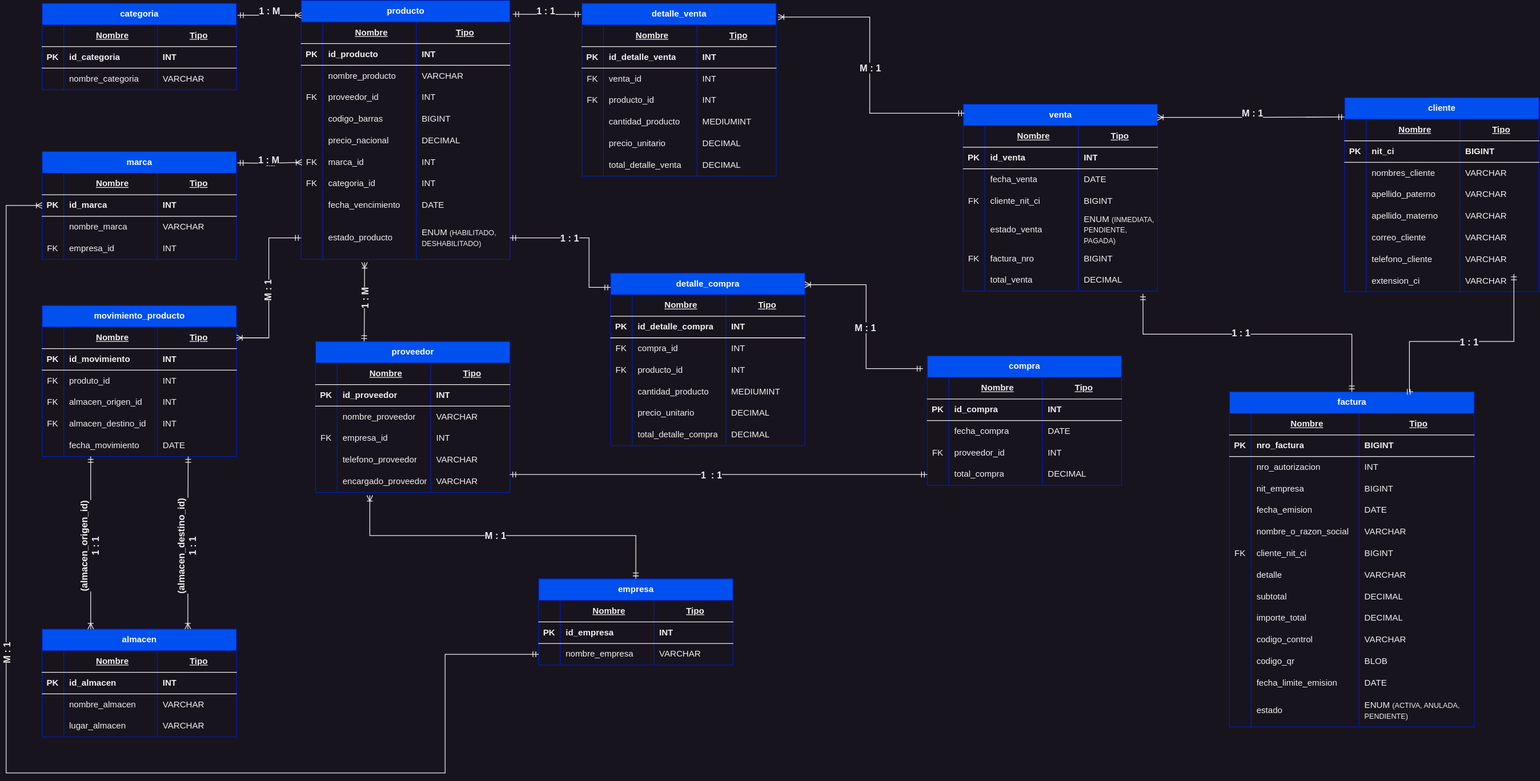
Dylan-Chambi/emapa-sql-replication-docker keeps this draw.io diagram as doc/database_scheme_uml.svg. Above is the earlier version. Source tidied: cells renumbered, new cells last; positions are measured from the earlier drawing's top-left corner, leaving out a move shared by most shapes.
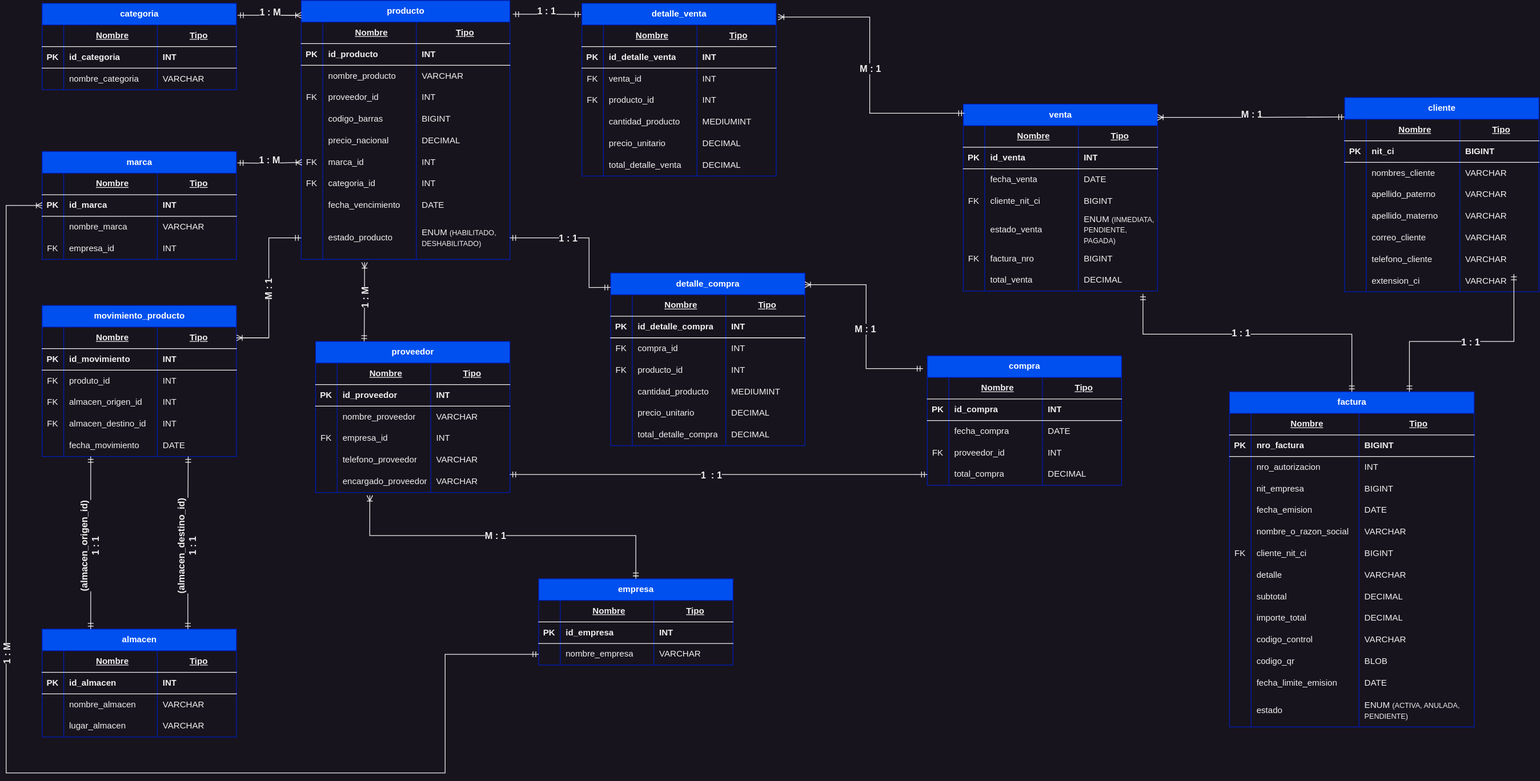
The same diagram one commit later.

Commit message:
Updating UML diagram

What changed in the source:
```diff
@@ -1167,7 +1167,7 @@
         <mxPoint x="-1" y="-21" as="offset" />
       </mxGeometry>
     </mxCell>
-    <mxCell id="375" style="edgeStyle=orthogonalEdgeStyle;fontSize=12;html=1;endArrow=ERmandOne;startArrow=ERoneToMany;rounded=0;exitX=0.75;exitY=0;exitDx=0;exitDy=0;startFill=0;" parent="1" edge="1" source="342">
+    <mxCell id="375" style="edgeStyle=orthogonalEdgeStyle;fontSize=12;html=1;endArrow=ERmandOne;startArrow=ERmandOne;rounded=0;exitX=0.75;exitY=0;exitDx=0;exitDy=0;startFill=0;" parent="1" edge="1" source="342">
       <mxGeometry relative="1" as="geometry">
         <mxPoint x="253" y="634" as="targetPoint" />
         <Array as="points">
@@ -1181,7 +1181,7 @@
         <mxPoint x="-1" y="-21" as="offset" />
       </mxGeometry>
     </mxCell>
-    <mxCell id="377" style="edgeStyle=orthogonalEdgeStyle;fontSize=12;html=1;endArrow=ERmandOne;startArrow=ERoneToMany;rounded=0;exitX=0.25;exitY=0;exitDx=0;exitDy=0;startFill=0;" parent="1" edge="1" source="342">
+    <mxCell id="377" style="edgeStyle=orthogonalEdgeStyle;fontSize=12;html=1;endArrow=ERmandOne;startArrow=ERmandOne;rounded=0;exitX=0.25;exitY=0;exitDx=0;exitDy=0;startFill=0;" parent="1" edge="1" source="342">
       <mxGeometry relative="1" as="geometry">
         <mxPoint x="118" y="634" as="targetPoint" />
         <Array as="points">
@@ -1206,13 +1206,14 @@
         </Array>
       </mxGeometry>
     </mxCell>
-    <mxCell id="380" value="&lt;b&gt;&lt;font style=&quot;font-size: 13px;&quot;&gt;M : 1&lt;/font&gt;&lt;/b&gt;" style="edgeLabel;html=1;align=center;verticalAlign=middle;rotation=270;" parent="379" vertex="1">
+    <mxCell id="380" value="&lt;span style=&quot;font-size: 13px;&quot;&gt;&lt;b&gt;1 : M&lt;br&gt;&lt;/b&gt;&lt;/span&gt;" style="edgeLabel;html=1;align=center;verticalAlign=middle;rotation=270;" parent="379" vertex="1">
       <mxGeometry x="-0.22" y="1" relative="1" as="geometry">
         <mxPoint x="-1" y="-3" as="offset" />
       </mxGeometry>
     </mxCell>
-    <mxCell id="381" style="edgeStyle=orthogonalEdgeStyle;fontSize=12;html=1;endArrow=ERmandOne;startArrow=ERmandOne;rounded=0;exitX=0.871;exitY=1.175;exitDx=0;exitDy=0;entryX=0.75;entryY=0;entryDx=0;entryDy=0;exitPerimeter=0;" parent="1" edge="1" source="204" target="43">
+    <mxCell id="381" style="edgeStyle=orthogonalEdgeStyle;fontSize=12;html=1;endArrow=ERmandOne;startArrow=ERmandOne;rounded=0;exitX=0.871;exitY=1.175;exitDx=0;exitDy=0;exitPerimeter=0;" parent="1" edge="1" source="204">
       <mxGeometry relative="1" as="geometry">
+        <mxPoint x="1950" y="544" as="targetPoint" />
         <Array as="points">
           <mxPoint x="2095" y="474" />
           <mxPoint x="1950" y="474" />
```
